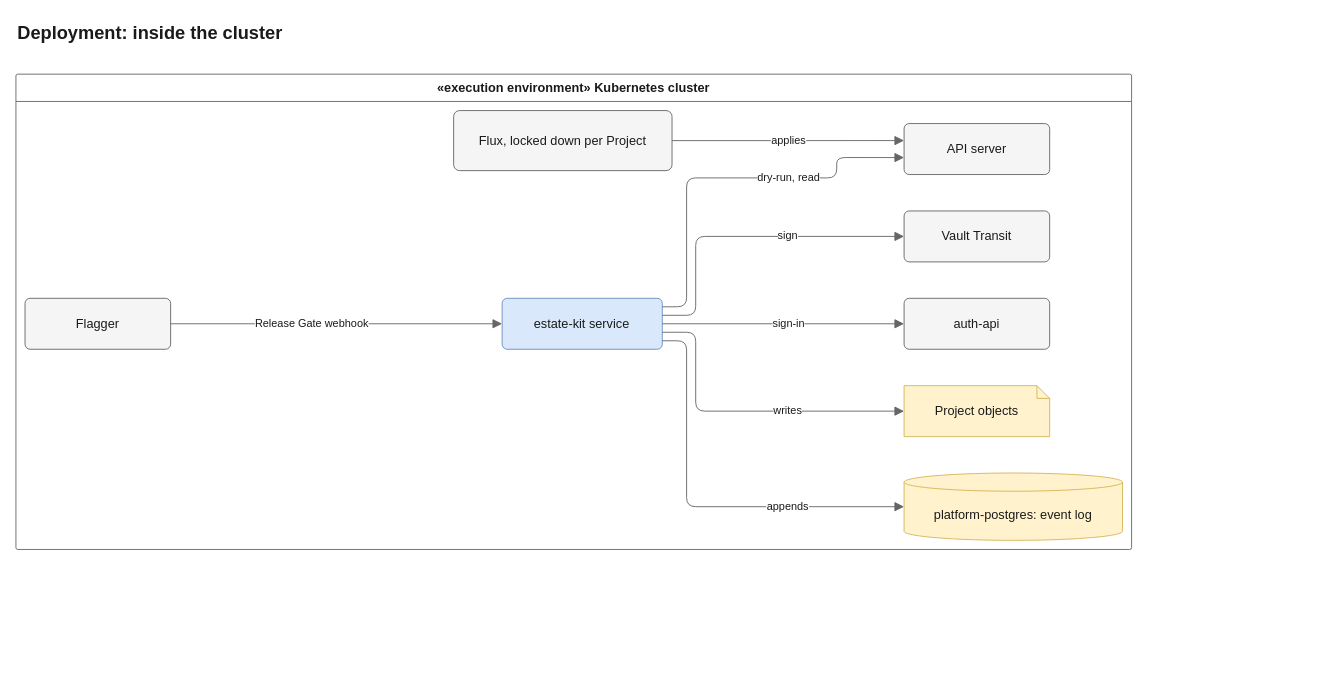
Earlier version of the draw.io diagram docs/diagrams/src/deploy-in-cluster.drawio (JorisJonkers-dev/estate-kit). Source tidied: cells renumbered, new cells numbered last; positions are measured from the earlier drawing's top-left corner, leaving out a move shared by most shapes. Both pictures are drawn from the tidied source at 91%, with x=0, y=0 at pixel (15, 15).
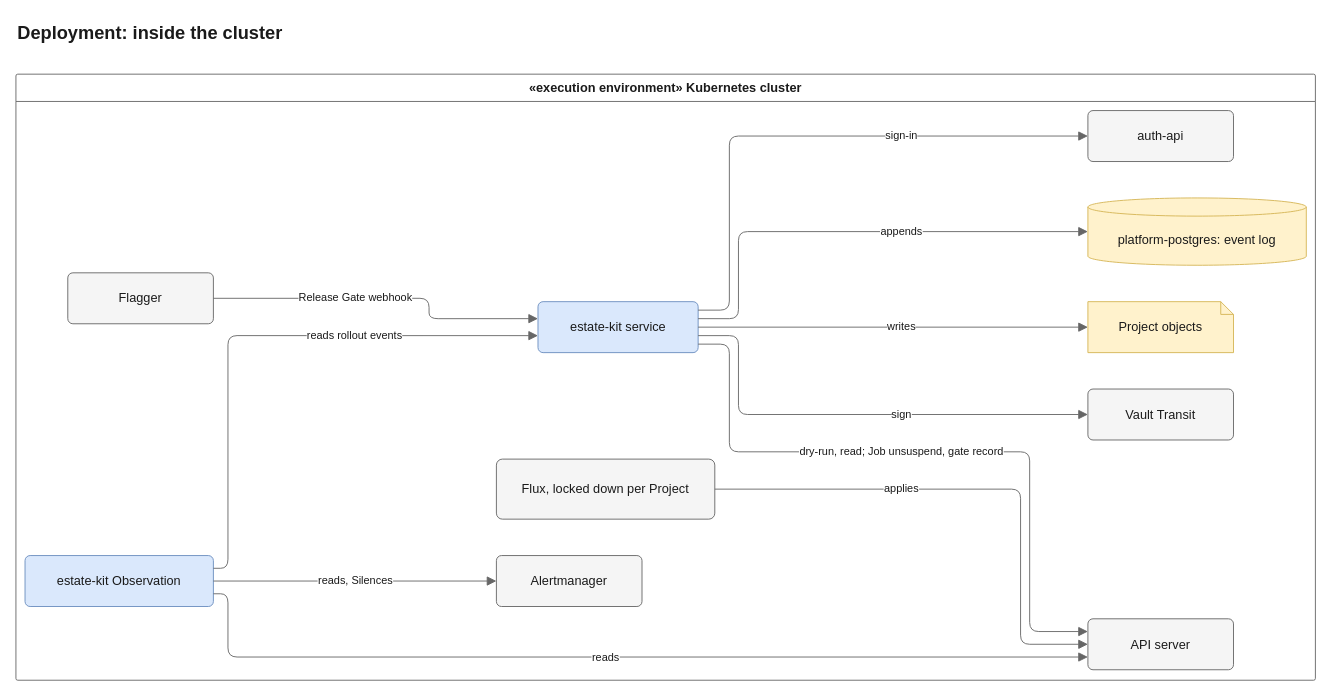
After the change.

Change to the diagram source:
```diff
@@
     <mxCell id="2" value="«execution environment» Kubernetes cluster" style="swimlane;startSize=30;rounded=1;arcSize=4;absoluteArcSize=1;html=1;whiteSpace=wrap;fontSize=14;fontColor=light-dark(#1a1a1a,#e8e8e8);fontStyle=1;fillColor=none;swimlaneFillColor=none;strokeColor=light-dark(#666666,#a8a8a8);fontFamily=Helvetica;" parent="1" vertex="1">
-      <mxGeometry y="64" width="1226" height="522.3" as="geometry" />
+      <mxGeometry y="64" width="1428" height="666" as="geometry" />
     </mxCell>
     <mxCell id="3" value="estate-kit service" style="rounded=1;arcSize=10;html=1;whiteSpace=wrap;fontSize=14;fontColor=light-dark(#1a1a1a,#e8e8e8);fillColor=light-dark(#dae8fc,#1f3a5f);strokeColor=light-dark(#6c8ebf,#7aa7e0);fontFamily=Helvetica;" parent="2" vertex="1">
-      <mxGeometry x="534.3" y="246.3" width="176" height="56" as="geometry" />
+      <mxGeometry x="573.7" y="250" width="176" height="56" as="geometry" />
     </mxCell>
     <mxCell id="4" value="platform-postgres: event log" style="shape=cylinder3;size=10;boundedLbl=1;backgroundOutline=1;html=1;whiteSpace=wrap;fontSize=14;fontColor=light-dark(#1a1a1a,#e8e8e8);fillColor=light-dark(#fff2cc,#3a3220);strokeColor=light-dark(#d6b656,#c9a74a);fontFamily=Helvetica;" parent="2" vertex="1">
-      <mxGeometry x="976" y="438.3" width="240" height="74" as="geometry" />
+      <mxGeometry x="1178" y="136" width="240" height="74" as="geometry" />
     </mxCell>
     <mxCell id="5" value="Flagger" style="rounded=1;arcSize=10;html=1;whiteSpace=wrap;fontSize=14;fontColor=light-dark(#1a1a1a,#e8e8e8);fillColor=light-dark(#f5f5f5,#2b2b2b);strokeColor=light-dark(#666666,#a8a8a8);fontFamily=Helvetica;" parent="2" vertex="1">
-      <mxGeometry x="10" y="246.3" width="160" height="56" as="geometry" />
+      <mxGeometry x="57" y="218.3" width="160" height="56" as="geometry" />
     </mxCell>
     <mxCell id="6" value="Vault Transit" style="rounded=1;arcSize=10;html=1;whiteSpace=wrap;fontSize=14;fontColor=light-dark(#1a1a1a,#e8e8e8);fillColor=light-dark(#f5f5f5,#2b2b2b);strokeColor=light-dark(#666666,#a8a8a8);fontFamily=Helvetica;" parent="2" vertex="1">
-      <mxGeometry x="976" y="150.3" width="160" height="56" as="geometry" />
+      <mxGeometry x="1178" y="346" width="160" height="56" as="geometry" />
     </mxCell>
     <mxCell id="7" value="API server" style="rounded=1;arcSize=10;html=1;whiteSpace=wrap;fontSize=14;fontColor=light-dark(#1a1a1a,#e8e8e8);fillColor=light-dark(#f5f5f5,#2b2b2b);strokeColor=light-dark(#666666,#a8a8a8);fontFamily=Helvetica;" parent="2" vertex="1">
-      <mxGeometry x="976" y="54.3" width="160" height="56" as="geometry" />
+      <mxGeometry x="1178" y="598.5" width="160" height="56" as="geometry" />
     </mxCell>
     <mxCell id="8" value="Flux, locked down per Project" style="rounded=1;arcSize=10;html=1;whiteSpace=wrap;fontSize=14;fontColor=light-dark(#1a1a1a,#e8e8e8);fillColor=light-dark(#f5f5f5,#2b2b2b);strokeColor=light-dark(#666666,#a8a8a8);fontFamily=Helvetica;" parent="2" vertex="1">
-      <mxGeometry x="481" y="40" width="240" height="66" as="geometry" />
+      <mxGeometry x="528" y="423" width="240" height="66" as="geometry" />
     </mxCell>
     <mxCell id="9" value="Project objects" style="shape=note;size=14;html=1;whiteSpace=wrap;fontSize=14;fontColor=light-dark(#1a1a1a,#e8e8e8);fillColor=light-dark(#fff2cc,#3a3220);strokeColor=light-dark(#d6b656,#c9a74a);fontFamily=Helvetica;" parent="2" vertex="1">
-      <mxGeometry x="976" y="342.3" width="160" height="56" as="geometry" />
+      <mxGeometry x="1178" y="250" width="160" height="56" as="geometry" />
     </mxCell>
     <mxCell id="10" value="auth-api" style="rounded=1;arcSize=10;html=1;whiteSpace=wrap;fontSize=14;fontColor=light-dark(#1a1a1a,#e8e8e8);fillColor=light-dark(#f5f5f5,#2b2b2b);strokeColor=light-dark(#666666,#a8a8a8);fontFamily=Helvetica;" parent="2" vertex="1">
-      <mxGeometry x="976" y="246.3" width="160" height="56" as="geometry" />
+      <mxGeometry x="1178" y="40" width="160" height="56" as="geometry" />
     </mxCell>
+    <mxCell id="19" value="estate-kit Observation" style="rounded=1;arcSize=10;html=1;whiteSpace=wrap;fontSize=14;fontColor=light-dark(#1a1a1a,#e8e8e8);fillColor=light-dark(#dae8fc,#1f3a5f);strokeColor=light-dark(#6c8ebf,#7aa7e0);fontFamily=Helvetica;" parent="2" vertex="1">
+      <mxGeometry x="10" y="529" width="207" height="56" as="geometry" />
+    </mxCell>
+    <mxCell id="20" value="Alertmanager" style="rounded=1;arcSize=10;html=1;whiteSpace=wrap;fontSize=14;fontColor=light-dark(#1a1a1a,#e8e8e8);fillColor=light-dark(#f5f5f5,#2b2b2b);strokeColor=light-dark(#666666,#a8a8a8);fontFamily=Helvetica;" parent="2" vertex="1">
+      <mxGeometry x="528" y="529" width="160" height="56" as="geometry" />
+    </mxCell>
-    <mxCell id="11" value="Release Gate webhook" style="html=1;rounded=1;fontSize=14;fontSize=12;fontColor=light-dark(#1a1a1a,#e8e8e8);strokeColor=light-dark(#666666,#a8a8a8);endArrow=block;endFill=1;endSize=8;curved=0;exitX=1;exitY=0.5;entryX=0;entryY=0.5;edgeStyle=orthogonalEdgeStyle;fontFamily=Helvetica;labelBackgroundColor=light-dark(#ffffff,#1e1e1e);" parent="2" edge="1" source="5" target="3">
+    <mxCell id="11" value="Release Gate webhook" style="html=1;rounded=1;fontSize=14;fontSize=12;fontColor=light-dark(#1a1a1a,#e8e8e8);strokeColor=light-dark(#666666,#a8a8a8);endArrow=block;endFill=1;endSize=8;curved=0;exitX=1;exitY=0.5;entryX=0;entryY=0.3334;edgeStyle=orthogonalEdgeStyle;fontFamily=Helvetica;labelBackgroundColor=light-dark(#ffffff,#1e1e1e);" parent="2" edge="1" source="5" target="3">
       <mxGeometry relative="1" as="geometry">
         <Array as="points">
-          <mxPoint x="352.2" y="274.3" />
+          <mxPoint x="454" y="246.3" />
+          <mxPoint x="454" y="268.7" />
         </Array>
-        <mxPoint x="-26.7" as="offset" />
+        <mxPoint x="-34" as="offset" />
       </mxGeometry>
     </mxCell>
-    <mxCell id="12" value="dry-run, read" style="html=1;rounded=1;fontSize=14;fontSize=12;fontColor=light-dark(#1a1a1a,#e8e8e8);strokeColor=light-dark(#666666,#a8a8a8);endArrow=block;endFill=1;endSize=8;curved=0;exitX=1;exitY=0.1668;entryX=0;entryY=0.6668;edgeStyle=orthogonalEdgeStyle;fontFamily=Helvetica;labelBackgroundColor=light-dark(#ffffff,#1e1e1e);" parent="2" edge="1" source="3" target="7">
+    <mxCell id="12" value="reads rollout events" style="html=1;rounded=1;fontSize=14;fontSize=12;fontColor=light-dark(#1a1a1a,#e8e8e8);strokeColor=light-dark(#666666,#a8a8a8);endArrow=block;endFill=1;endSize=8;curved=0;exitX=1;exitY=0.25;entryX=0;entryY=0.6666;edgeStyle=orthogonalEdgeStyle;fontFamily=Helvetica;labelBackgroundColor=light-dark(#ffffff,#1e1e1e);" parent="2" edge="1" source="19" target="3">
       <mxGeometry relative="1" as="geometry">
         <Array as="points">
-          <mxPoint x="737" y="255.7" />
-          <mxPoint x="737" y="114" />
-          <mxPoint x="902" y="114" />
-          <mxPoint x="902" y="91.7" />
+          <mxPoint x="233" y="543" />
+          <mxPoint x="233" y="287.3" />
         </Array>
-        <mxPoint x="65" as="offset" />
+        <mxPoint x="105" as="offset" />
       </mxGeometry>
     </mxCell>
+    <mxCell id="14" value="dry-run, read; Job unsuspend, gate record" style="html=1;rounded=1;fontSize=14;fontSize=12;fontColor=light-dark(#1a1a1a,#e8e8e8);strokeColor=light-dark(#666666,#a8a8a8);endArrow=block;endFill=1;endSize=8;curved=0;exitX=1;exitY=0.8334;entryX=0;entryY=0.25;edgeStyle=orthogonalEdgeStyle;fontFamily=Helvetica;labelBackgroundColor=light-dark(#ffffff,#1e1e1e);" parent="2" edge="1" source="3" target="7">
+      <mxGeometry relative="1" as="geometry">
+        <Array as="points">
+          <mxPoint x="784" y="296.7" />
+          <mxPoint x="784" y="415" />
+          <mxPoint x="1114" y="415" />
+          <mxPoint x="1114" y="612.5" />
+        </Array>
+        <mxPoint x="-30.4" as="offset" />
+      </mxGeometry>
+    </mxCell>
+    <mxCell id="16" value="sign" style="html=1;rounded=1;fontSize=14;fontSize=12;fontColor=light-dark(#1a1a1a,#e8e8e8);strokeColor=light-dark(#666666,#a8a8a8);endArrow=block;endFill=1;endSize=8;curved=0;exitX=1;exitY=0.6666;entryX=0;entryY=0.5;edgeStyle=orthogonalEdgeStyle;fontFamily=Helvetica;labelBackgroundColor=light-dark(#ffffff,#1e1e1e);" parent="2" edge="1" source="3" target="6">
+      <mxGeometry relative="1" as="geometry">
+        <Array as="points">
+          <mxPoint x="794" y="287.3" />
+          <mxPoint x="794" y="374" />
+        </Array>
+        <mxPoint x="52.5" as="offset" />
+      </mxGeometry>
+    </mxCell>
+    <mxCell id="21" value="sign-in" style="html=1;rounded=1;fontSize=14;fontSize=12;fontColor=light-dark(#1a1a1a,#e8e8e8);strokeColor=light-dark(#666666,#a8a8a8);endArrow=block;endFill=1;endSize=8;curved=0;exitX=1;exitY=0.1666;entryX=0;entryY=0.5;edgeStyle=orthogonalEdgeStyle;fontFamily=Helvetica;labelBackgroundColor=light-dark(#ffffff,#1e1e1e);" parent="2" edge="1" source="3" target="10">
+      <mxGeometry relative="1" as="geometry">
+        <Array as="points">
+          <mxPoint x="784" y="259.3" />
+          <mxPoint x="784" y="68" />
+        </Array>
+        <mxPoint x="104.8" as="offset" />
+      </mxGeometry>
+    </mxCell>
+    <mxCell id="22" value="appends" style="html=1;rounded=1;fontSize=14;fontSize=12;fontColor=light-dark(#1a1a1a,#e8e8e8);strokeColor=light-dark(#666666,#a8a8a8);endArrow=block;endFill=1;endSize=8;curved=0;exitX=1;exitY=0.3334;entryX=0;entryY=0.5;edgeStyle=orthogonalEdgeStyle;fontFamily=Helvetica;labelBackgroundColor=light-dark(#ffffff,#1e1e1e);" parent="2" edge="1" source="3" target="4">
+      <mxGeometry relative="1" as="geometry">
+        <Array as="points">
+          <mxPoint x="794" y="268.7" />
+          <mxPoint x="794" y="173" />
+        </Array>
+        <mxPoint x="57" as="offset" />
+      </mxGeometry>
+    </mxCell>
+    <mxCell id="23" value="writes" style="html=1;rounded=1;fontSize=14;fontSize=12;fontColor=light-dark(#1a1a1a,#e8e8e8);strokeColor=light-dark(#666666,#a8a8a8);endArrow=block;endFill=1;endSize=8;curved=0;exitX=1;exitY=0.5;entryX=0;entryY=0.5;edgeStyle=orthogonalEdgeStyle;fontFamily=Helvetica;labelBackgroundColor=light-dark(#ffffff,#1e1e1e);" parent="2" edge="1" source="3" target="9">
+      <mxGeometry relative="1" as="geometry">
+        <Array as="points">
+          <mxPoint x="963.9" y="278" />
+        </Array>
+        <mxPoint x="9.1" as="offset" />
+      </mxGeometry>
+    </mxCell>
+    <mxCell id="17" value="reads" style="html=1;rounded=1;fontSize=14;fontSize=12;fontColor=light-dark(#1a1a1a,#e8e8e8);strokeColor=light-dark(#666666,#a8a8a8);endArrow=block;endFill=1;endSize=8;curved=0;exitX=1;exitY=0.75;entryX=0;entryY=0.75;edgeStyle=orthogonalEdgeStyle;fontFamily=Helvetica;labelBackgroundColor=light-dark(#ffffff,#1e1e1e);" parent="2" edge="1" source="19" target="7">
+      <mxGeometry relative="1" as="geometry">
+        <Array as="points">
+          <mxPoint x="233" y="571" />
+          <mxPoint x="233" y="640.5" />
+        </Array>
+        <mxPoint x="-14.8" as="offset" />
+      </mxGeometry>
+    </mxCell>
+    <mxCell id="15" value="applies" style="html=1;rounded=1;fontSize=14;fontSize=12;fontColor=light-dark(#1a1a1a,#e8e8e8);strokeColor=light-dark(#666666,#a8a8a8);endArrow=block;endFill=1;endSize=8;curved=0;exitX=1;exitY=0.5;entryX=0;entryY=0.5;edgeStyle=orthogonalEdgeStyle;fontFamily=Helvetica;labelBackgroundColor=light-dark(#ffffff,#1e1e1e);" parent="2" edge="1" source="8" target="7">
+      <mxGeometry relative="1" as="geometry">
+        <Array as="points">
+          <mxPoint x="1104" y="456" />
+          <mxPoint x="1104" y="626.5" />
+        </Array>
+        <mxPoint x="-85.2" as="offset" />
+      </mxGeometry>
+    </mxCell>
-    <mxCell id="13" value="sign" style="html=1;rounded=1;fontSize=14;fontSize=12;fontColor=light-dark(#1a1a1a,#e8e8e8);strokeColor=light-dark(#666666,#a8a8a8);endArrow=block;endFill=1;endSize=8;curved=0;exitX=1;exitY=0.3334;entryX=0;entryY=0.5;edgeStyle=orthogonalEdgeStyle;fontFamily=Helvetica;labelBackgroundColor=light-dark(#ffffff,#1e1e1e);" parent="2" edge="1" source="3" target="6">
+    <mxCell id="13" value="reads, Silences" style="html=1;rounded=1;fontSize=14;fontSize=12;fontColor=light-dark(#1a1a1a,#e8e8e8);strokeColor=light-dark(#666666,#a8a8a8);endArrow=block;endFill=1;endSize=8;curved=0;exitX=1;exitY=0.5;entryX=0;entryY=0.5;edgeStyle=orthogonalEdgeStyle;fontFamily=Helvetica;labelBackgroundColor=light-dark(#ffffff,#1e1e1e);" parent="2" edge="1" source="19" target="20">
       <mxGeometry relative="1" as="geometry">
         <Array as="points">
-          <mxPoint x="747" y="265" />
-          <mxPoint x="747" y="178.3" />
+          <mxPoint x="372.5" y="557" />
         </Array>
-        <mxPoint x="48.7" as="offset" />
       </mxGeometry>
     </mxCell>
-    <mxCell id="14" value="sign-in" style="html=1;rounded=1;fontSize=14;fontSize=12;fontColor=light-dark(#1a1a1a,#e8e8e8);strokeColor=light-dark(#666666,#a8a8a8);endArrow=block;endFill=1;endSize=8;curved=0;exitX=1;exitY=0.5;entryX=0;entryY=0.5;edgeStyle=orthogonalEdgeStyle;fontFamily=Helvetica;labelBackgroundColor=light-dark(#ffffff,#1e1e1e);" parent="2" edge="1" source="3" target="10">
-      <mxGeometry relative="1" as="geometry">
-        <Array as="points">
-          <mxPoint x="843.2" y="274.3" />
-        </Array>
-        <mxPoint x="5.3" as="offset" />
-      </mxGeometry>
-    </mxCell>
-    <mxCell id="15" value="appends" style="html=1;rounded=1;fontSize=14;fontSize=12;fontColor=light-dark(#1a1a1a,#e8e8e8);strokeColor=light-dark(#666666,#a8a8a8);endArrow=block;endFill=1;endSize=8;curved=0;exitX=1;exitY=0.8334;entryX=0;entryY=0.5;edgeStyle=orthogonalEdgeStyle;fontFamily=Helvetica;labelBackgroundColor=light-dark(#ffffff,#1e1e1e);" parent="2" edge="1" source="3" target="4">
-      <mxGeometry relative="1" as="geometry">
-        <Array as="points">
-          <mxPoint x="737" y="293" />
-          <mxPoint x="737" y="475.3" />
-        </Array>
-        <mxPoint x="96.5" as="offset" />
-      </mxGeometry>
-    </mxCell>
-    <mxCell id="16" value="writes" style="html=1;rounded=1;fontSize=14;fontSize=12;fontColor=light-dark(#1a1a1a,#e8e8e8);strokeColor=light-dark(#666666,#a8a8a8);endArrow=block;endFill=1;endSize=8;curved=0;exitX=1;exitY=0.6668;entryX=0;entryY=0.5;edgeStyle=orthogonalEdgeStyle;fontFamily=Helvetica;labelBackgroundColor=light-dark(#ffffff,#1e1e1e);" parent="2" edge="1" source="3" target="9">
-      <mxGeometry relative="1" as="geometry">
-        <Array as="points">
-          <mxPoint x="747" y="283.7" />
-          <mxPoint x="747" y="370.3" />
-        </Array>
-        <mxPoint x="48.7" as="offset" />
-      </mxGeometry>
-    </mxCell>
-    <mxCell id="17" value="applies" style="html=1;rounded=1;fontSize=14;fontSize=12;fontColor=light-dark(#1a1a1a,#e8e8e8);strokeColor=light-dark(#666666,#a8a8a8);endArrow=block;endFill=1;endSize=8;curved=0;exitX=1;exitY=0.5;entryX=0;entryY=0.3334;edgeStyle=orthogonalEdgeStyle;fontFamily=Helvetica;labelBackgroundColor=light-dark(#ffffff,#1e1e1e);" parent="2" edge="1" source="8" target="7">
-      <mxGeometry relative="1" as="geometry">
-        <Array as="points">
-          <mxPoint x="848.5" y="73" />
-        </Array>
-      </mxGeometry>
-    </mxCell>
     <mxCell id="18" value="Deployment: inside the cluster" style="text;html=1;whiteSpace=wrap;align=left;verticalAlign=middle;fontSize=20;fontStyle=1;fontColor=light-dark(#1a1a1a,#e8e8e8);fontFamily=Helvetica;" parent="1" vertex="1">
-      <mxGeometry width="1226" height="36" as="geometry" />
+      <mxGeometry width="1428" height="36" as="geometry" />
     </mxCell>
```
